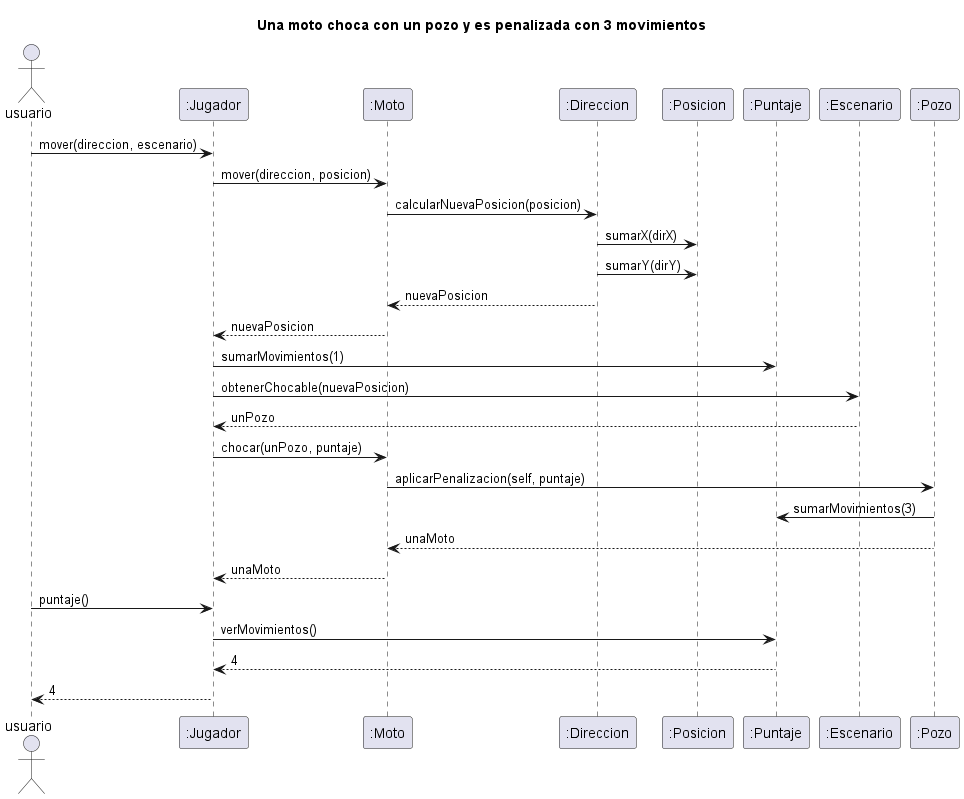
NestorPala/T17-GPSChallenge keeps this PlantUML diagram as diagrams/sequences/moto_choca_pozo.png. Above is the earlier version. Its source is kept beside it as diagrams/sequences/moto_choca_pozo.puml.
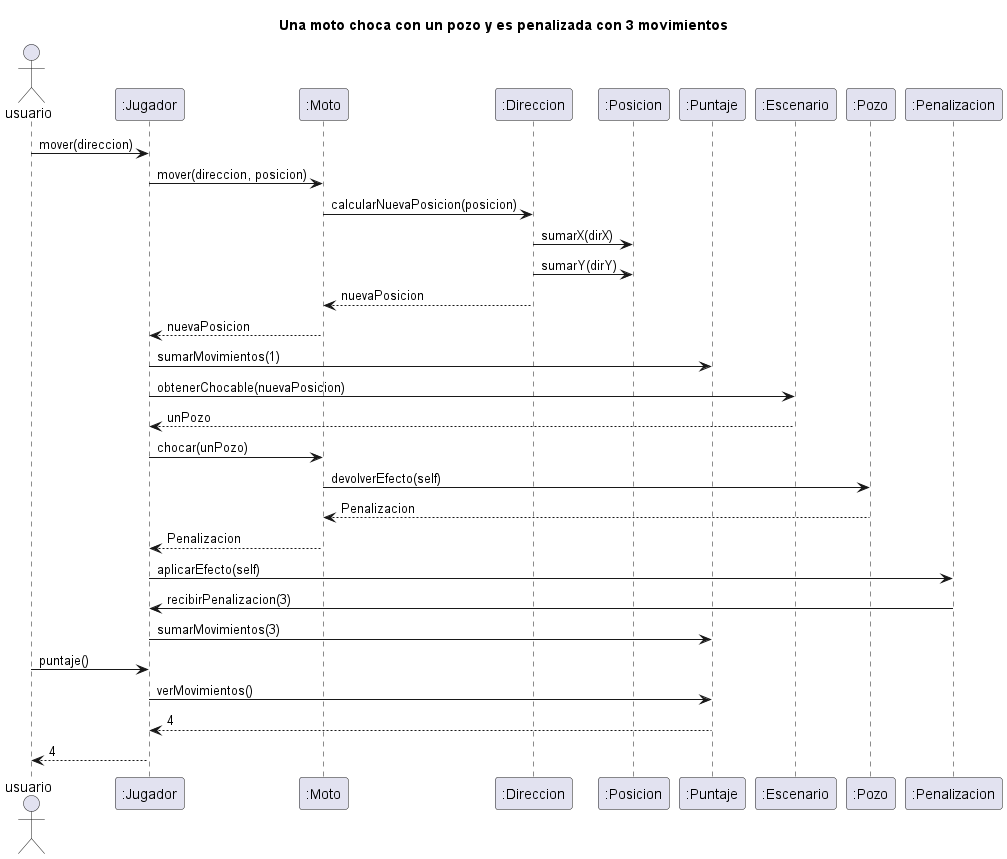
After the commit.

What changed in the source:
```diff
@@ -2,7 +2,7 @@
 title Una moto choca con un pozo y es penalizada con 3 movimientos
 Actor usuario
 
-"usuario" -> ":Jugador": mover(direccion, escenario)
+"usuario" -> ":Jugador": mover(direccion)
 ":Jugador" -> ":Moto": mover(direccion, posicion)
 ":Moto" -> ":Direccion": calcularNuevaPosicion(posicion)
 ":Direccion" -> ":Posicion": sumarX(dirX)
@@ -12,11 +12,13 @@
 ":Jugador" -> ":Puntaje": sumarMovimientos(1)
 ":Jugador" -> ":Escenario": obtenerChocable(nuevaPosicion)
 ":Escenario" --> ":Jugador": unPozo
-":Jugador" -> ":Moto": chocar(unPozo, puntaje)
-":Moto" -> ":Pozo": aplicarPenalizacion(self, puntaje)
-":Pozo" -> ":Puntaje" : sumarMovimientos(3)
-":Pozo" --> ":Moto" : unaMoto
-":Moto" --> ":Jugador" : unaMoto
+":Jugador" -> ":Moto": chocar(unPozo)
+":Moto" -> ":Pozo": devolverEfecto(self)
+":Pozo" --> ":Moto" : Penalizacion
+":Moto" --> ":Jugador" : Penalizacion
+":Jugador" -> ":Penalizacion" : aplicarEfecto(self)
+":Penalizacion" -> ":Jugador" : recibirPenalizacion(3)
+":Jugador" -> ":Puntaje" : sumarMovimientos(3)
 
 "usuario" -> ":Jugador": puntaje()
 ":Jugador" -> ":Puntaje": verMovimientos()
```
